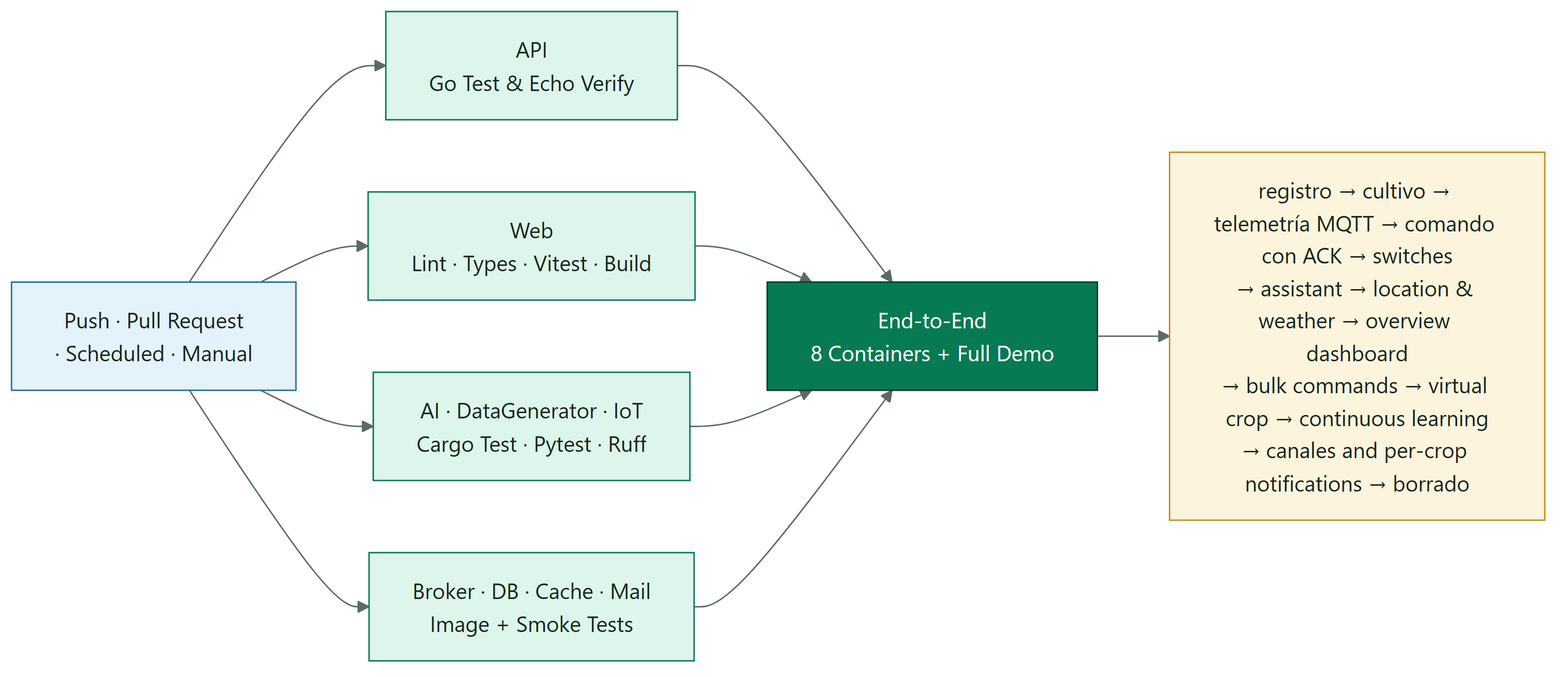
This is docs/diagrams/SmartPot_08_QA.png from SmartPotTech/.github, a Mermaid export, as it was before one commit. Its source is kept beside it as docs/diagrams/SmartPot_08_QA.mmd.
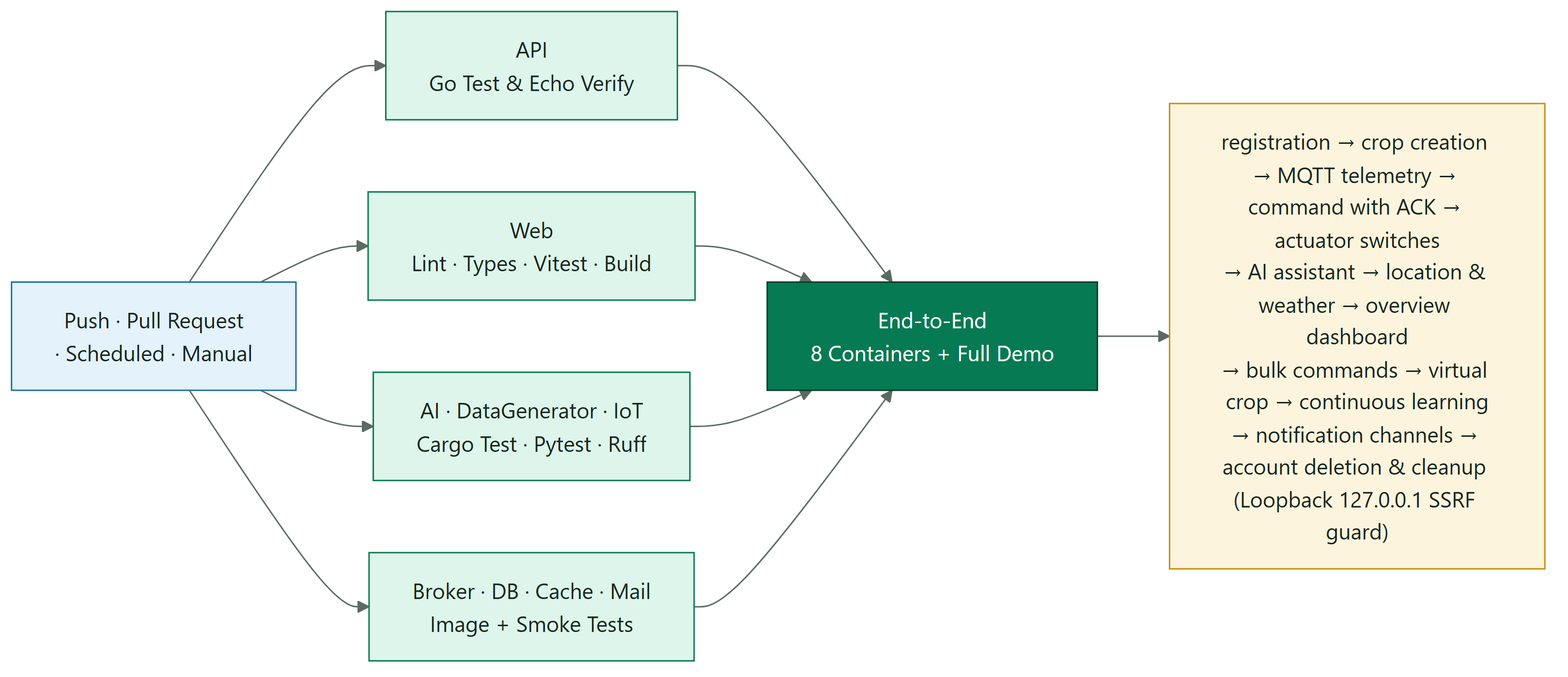
The same file after the commit.

Diff of the diagram source:
```diff
@@ -8,7 +8,7 @@
   web --> e2e
   py --> e2e
   ct --> e2e
-  e2e --> flow["registro → cultivo → telemetría MQTT → comando con ACK → switches<br/>→ assistant → location & weather → overview dashboard<br/>→ bulk commands → virtual crop → continuous learning<br/>→ canales and per-crop notifications → borrado"]
+  e2e --> flow["registration → crop creation → MQTT telemetry → command with ACK → actuator switches<br/>→ AI assistant → location & weather → overview dashboard<br/>→ bulk commands → virtual crop → continuous learning<br/>→ notification channels → account deletion & cleanup (Loopback 127.0.0.1 SSRF guard)"]
   classDef start fill:#E3F2FB,stroke:#1F6FA0,color:#17261F
   classDef job fill:#DDF5EA,stroke:#067A52,color:#17261F
   classDef final fill:#067A52,stroke:#0B3D2B,color:#FFFFFF
```
